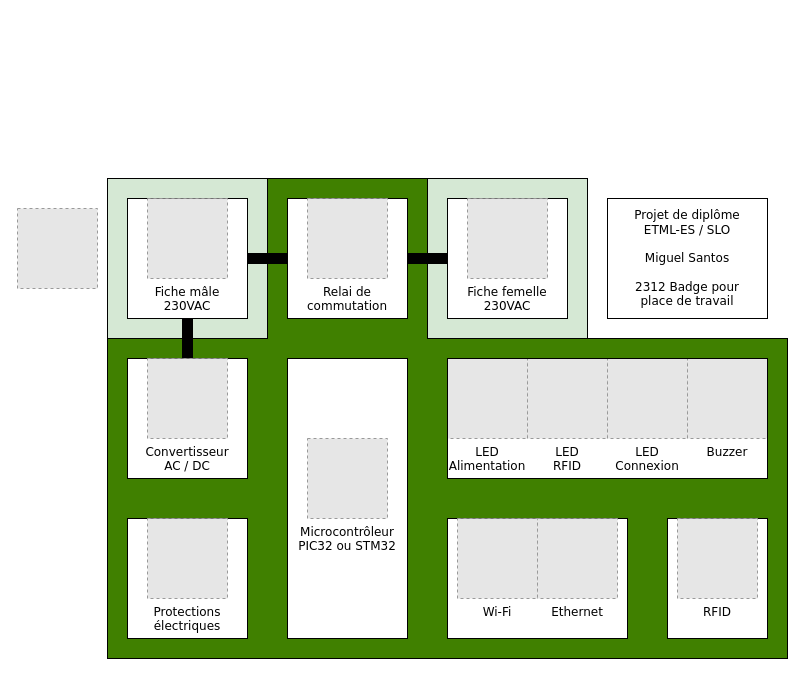
This is doc/schemas-blocs/preetude.drawio from Miguel-SLO/2312_BadgePlace, a draw.io file, before an edit. Source tidied: cells renumbered, new cells numbered last; positions are measured from the earlier drawing's top-left corner, leaving out a move shared by most shapes. Both pictures are drawn from the tidied source at 100%, with x=0, y=0 at pixel (17, 178). Pictures stored in the file or linked from it are replaced by grey dashed boxes.
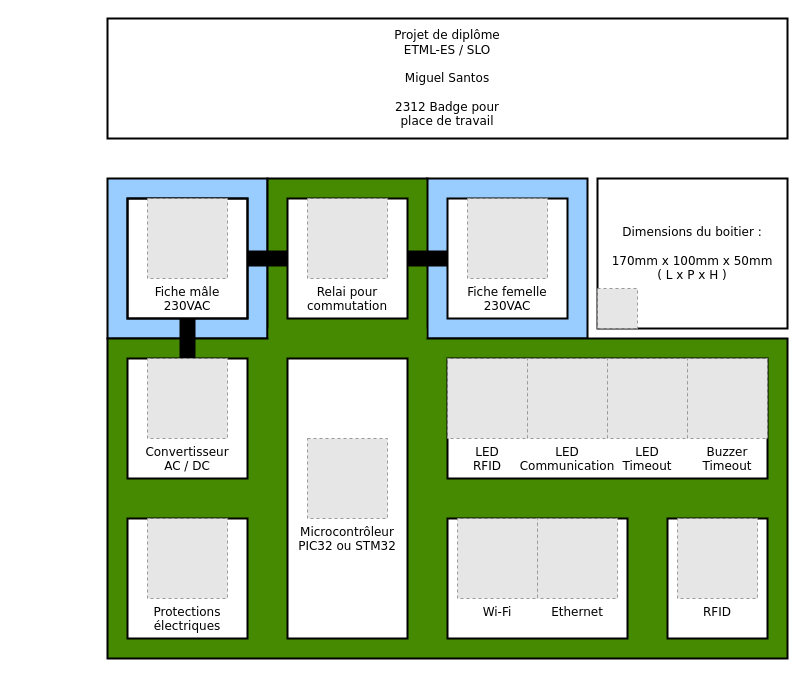
Above is the later version.

The change refers to these unchanged cells:
```xml
<mxCell id="11" value="Convertisseur&#10;AC / DC" style="fillColor=#E6E6E6;strokeColor=#999999;dashed=1;verticalLabelPosition=bottom;labelBackgroundColor=default;verticalAlign=top;fontFamily=Verdana;fontSize=12;" parent="9" vertex="1">
  <mxGeometry x="20" width="80" height="80" as="geometry" />
</mxCell>
```

What changed in the source:
```diff
@@
-    <mxCell id="2" style="rounded=0;whiteSpace=wrap;html=1;fillColor=#d5e8d4;strokeColor=#000000;fontFamily=Verdana;fontSize=12;" parent="1" vertex="1">
+    <mxCell id="2" style="rounded=0;whiteSpace=wrap;html=1;fillColor=#99CCFF;strokeColor=#000000;fontFamily=Verdana;fontSize=12;strokeWidth=2;" parent="1" vertex="1">
       <mxGeometry x="409.5" width="160.5" height="160" as="geometry" />
     </mxCell>
-    <mxCell id="3" style="rounded=0;whiteSpace=wrap;html=1;fillColor=#d5e8d4;strokeColor=#000000;fontFamily=Verdana;fontSize=12;" parent="1" vertex="1">
+    <mxCell id="3" style="rounded=0;whiteSpace=wrap;html=1;fillColor=#99CCFF;strokeColor=#000000;fontFamily=Verdana;fontSize=12;strokeWidth=2;" parent="1" vertex="1">
       <mxGeometry x="90" width="160" height="160" as="geometry" />
     </mxCell>
-    <mxCell id="4" style="rounded=0;whiteSpace=wrap;html=1;fillColor=#408000;strokeColor=default;fontFamily=Verdana;fontSize=12;" parent="1" vertex="1">
+    <mxCell id="4" style="rounded=0;whiteSpace=wrap;html=1;fillColor=#458A00;strokeColor=default;fontFamily=Verdana;fontSize=12;strokeWidth=2;" parent="1" vertex="1">
       <mxGeometry x="250" width="160" height="170" as="geometry" />
     </mxCell>
-    <mxCell id="5" style="rounded=0;whiteSpace=wrap;html=1;fillColor=#408000;strokeColor=default;fontFamily=Verdana;fontSize=12;" parent="1" vertex="1">
+    <mxCell id="5" style="rounded=0;whiteSpace=wrap;html=1;fillColor=#458A00;strokeColor=default;fontFamily=Verdana;fontSize=12;strokeWidth=2;" parent="1" vertex="1">
       <mxGeometry x="90" y="160" width="680" height="320" as="geometry" />
     </mxCell>
-    <mxCell id="6" style="edgeStyle=orthogonalEdgeStyle;rounded=0;jettySize=auto;html=1;strokeWidth=11;endArrow=none;endFill=0;fontFamily=Verdana;fontSize=12;" parent="1" edge="1" source="28" target="24">
+    <mxCell id="6" style="edgeStyle=orthogonalEdgeStyle;rounded=0;jettySize=auto;html=1;strokeWidth=16;endArrow=none;endFill=0;fontFamily=Verdana;fontSize=12;" parent="1" edge="1" source="28" target="24">
       <mxGeometry relative="1" as="geometry" />
     </mxCell>
-    <mxCell id="7" style="edgeStyle=orthogonalEdgeStyle;rounded=0;jettySize=auto;html=1;exitX=1;exitY=0.5;exitDx=0;exitDy=0;entryX=0;entryY=0.5;entryDx=0;entryDy=0;strokeWidth=11;endArrow=none;endFill=0;fontFamily=Verdana;fontSize=12;" parent="1" edge="1" source="24" target="37">
+    <mxCell id="7" style="edgeStyle=orthogonalEdgeStyle;rounded=0;jettySize=auto;html=1;exitX=1;exitY=0.5;exitDx=0;exitDy=0;entryX=0;entryY=0.5;entryDx=0;entryDy=0;strokeWidth=16;endArrow=none;endFill=0;fontFamily=Verdana;fontSize=12;" parent="1" edge="1" source="24" target="37">
       <mxGeometry relative="1" as="geometry" />
     </mxCell>
-    <mxCell id="8" style="edgeStyle=orthogonalEdgeStyle;rounded=0;jettySize=auto;html=1;strokeWidth=11;endArrow=none;endFill=0;exitX=0.5;exitY=1;exitDx=0;exitDy=0;entryX=0.5;entryY=0;entryDx=0;entryDy=0;fontFamily=Verdana;fontSize=12;" parent="1" edge="1" source="28" target="11">
+    <mxCell id="8" style="edgeStyle=orthogonalEdgeStyle;rounded=0;jettySize=auto;html=1;strokeWidth=16;endArrow=none;endFill=0;exitX=0.5;exitY=1;exitDx=0;exitDy=0;entryX=0.5;entryY=0;entryDx=0;entryDy=0;fontFamily=Verdana;fontSize=12;" parent="1" edge="1" source="28" target="11">
       <mxGeometry relative="1" as="geometry">
         <Array as="points">
           <mxPoint x="170" y="140" />
           <mxPoint x="170" y="140" />
         </Array>
       </mxGeometry>
     </mxCell>
-    <mxCell id="9" style="group;fillColor=default;fontFamily=Verdana;fontSize=12;" parent="1" vertex="1">
+    <mxCell id="9" style="group;fillColor=default;fontFamily=Verdana;fontSize=12;strokeWidth=2;" parent="1" vertex="1">
       <mxGeometry x="110" y="180" width="120" height="120" as="geometry" />
     </mxCell>
-    <mxCell id="10" style="rounded=0;whiteSpace=wrap;html=1;fillColor=none;fontFamily=Verdana;fontSize=12;" parent="9" vertex="1">
+    <mxCell id="10" style="rounded=0;whiteSpace=wrap;html=1;fillColor=none;fontFamily=Verdana;fontSize=12;strokeWidth=2;" parent="9" vertex="1">
       <mxGeometry width="120" height="120" as="geometry" />
     </mxCell>
@@
-    <mxCell id="12" style="rounded=0;whiteSpace=wrap;html=1;fillColor=default;fontFamily=Verdana;fontSize=12;" parent="1" vertex="1">
+    <mxCell id="12" style="rounded=0;whiteSpace=wrap;html=1;fillColor=default;fontFamily=Verdana;fontSize=12;strokeWidth=2;" parent="1" vertex="1">
       <mxGeometry x="270" y="180" width="120" height="280" as="geometry" />
     </mxCell>
@@
-    <mxCell id="14" style="group;fillColor=default;fontFamily=Verdana;fontSize=12;" parent="1" vertex="1">
+    <mxCell id="14" style="group;fillColor=default;fontFamily=Verdana;fontSize=12;strokeColor=default;strokeWidth=2;" parent="1" vertex="1">
       <mxGeometry x="430" y="180" width="320" height="120" as="geometry" />
     </mxCell>
-    <mxCell id="15" value="LED&#10;Alimentation" style="fillColor=#E6E6E6;strokeColor=#999999;dashed=1;verticalLabelPosition=bottom;labelBackgroundColor=default;verticalAlign=top;fontFamily=Verdana;fontSize=12;" parent="14" vertex="1">
-      <mxGeometry width="80" height="80" as="geometry" />
-    </mxCell>
-    <mxCell id="16" value="LED&#10;RFID" style="fillColor=#E6E6E6;strokeColor=#999999;dashed=1;verticalLabelPosition=bottom;labelBackgroundColor=default;verticalAlign=top;fontFamily=Verdana;fontSize=12;" parent="14" vertex="1">
-      <mxGeometry x="80" width="80" height="80" as="geometry" />
-    </mxCell>
-    <mxCell id="17" value="LED&#10;Connexion" style="fillColor=#E6E6E6;strokeColor=#999999;dashed=1;verticalLabelPosition=bottom;labelBackgroundColor=default;verticalAlign=top;fontFamily=Verdana;fontSize=12;" parent="14" vertex="1">
-      <mxGeometry x="160" width="80" height="80" as="geometry" />
-    </mxCell>
-    <mxCell id="18" value="Buzzer" style="fillColor=#E6E6E6;strokeColor=#999999;dashed=1;verticalLabelPosition=bottom;labelBackgroundColor=default;verticalAlign=top;fontFamily=Verdana;fontSize=12;" parent="14" vertex="1">
-      <mxGeometry x="240" width="80" height="80" as="geometry" />
-    </mxCell>
-    <mxCell id="19" style="rounded=0;whiteSpace=wrap;html=1;fillColor=none;fontFamily=Verdana;fontSize=12;" parent="14" vertex="1">
-      <mxGeometry width="320" height="120" as="geometry" />
-    </mxCell>
-    <mxCell id="20" style="group;fillColor=default;fontFamily=Verdana;fontSize=12;" parent="1" vertex="1">
+    <mxCell id="20" style="group;fillColor=default;fontFamily=Verdana;fontSize=12;strokeWidth=2;" parent="1" vertex="1">
       <mxGeometry x="110" y="340" width="120" height="120" as="geometry" />
     </mxCell>
-    <mxCell id="21" style="rounded=0;whiteSpace=wrap;html=1;fillColor=none;fontFamily=Verdana;fontSize=12;" parent="20" vertex="1">
+    <mxCell id="21" style="rounded=0;whiteSpace=wrap;html=1;fillColor=none;fontFamily=Verdana;fontSize=12;strokeWidth=2;" parent="20" vertex="1">
       <mxGeometry width="120" height="120" as="geometry" />
     </mxCell>
@@
-    <mxCell id="23" style="group;fillColor=default;fontFamily=Verdana;fontSize=12;" parent="1" vertex="1">
+    <mxCell id="23" style="group;fillColor=default;fontFamily=Verdana;fontSize=12;strokeWidth=2;" parent="1" vertex="1">
       <mxGeometry x="270" y="20" width="120" height="120" as="geometry" />
     </mxCell>
-    <mxCell id="24" style="rounded=0;whiteSpace=wrap;html=1;fillColor=none;fontFamily=Verdana;fontSize=12;" parent="23" vertex="1">
+    <mxCell id="24" style="rounded=0;whiteSpace=wrap;html=1;fillColor=none;fontFamily=Verdana;fontSize=12;strokeWidth=2;" parent="23" vertex="1">
       <mxGeometry width="120" height="120" as="geometry" />
     </mxCell>
-    <mxCell id="25" value="Relai de&#10;commutation" style="fillColor=#E6E6E6;strokeColor=#999999;dashed=1;verticalLabelPosition=bottom;labelBackgroundColor=default;verticalAlign=top;fontFamily=Verdana;fontSize=12;" parent="23" vertex="1">
+    <mxCell id="25" value="Relai pour&#10;commutation" style="fillColor=#E6E6E6;strokeColor=#999999;dashed=1;verticalLabelPosition=bottom;labelBackgroundColor=default;verticalAlign=top;fontFamily=Verdana;fontSize=12;" parent="23" vertex="1">
       <mxGeometry x="20" width="80" height="80" as="geometry" />
     </mxCell>
-    <mxCell id="26" style="rounded=0;whiteSpace=wrap;html=1;fillColor=#408000;strokeColor=none;fontFamily=Verdana;fontSize=12;" parent="1" vertex="1">
-      <mxGeometry x="250.5" y="150" width="159" height="20" as="geometry" />
+    <mxCell id="26" style="rounded=0;whiteSpace=wrap;html=1;fillColor=#458A00;strokeColor=none;fontFamily=Verdana;fontSize=12;strokeWidth=2;" parent="1" vertex="1">
+      <mxGeometry x="251" y="150" width="158" height="20" as="geometry" />
     </mxCell>
-    <mxCell id="27" style="group;fillColor=#FFFFFF;strokeColor=#000000;fontFamily=Verdana;fontSize=12;" parent="1" vertex="1">
+    <mxCell id="27" style="group;fillColor=#FFFFFF;strokeColor=#000000;fontFamily=Verdana;fontSize=12;strokeWidth=2;" parent="1" vertex="1">
       <mxGeometry x="110" y="20" width="120" height="120" as="geometry" />
     </mxCell>
-    <mxCell id="28" style="rounded=0;whiteSpace=wrap;html=1;fillColor=none;fontFamily=Verdana;fontSize=12;" parent="27" vertex="1">
+    <mxCell id="28" style="rounded=0;whiteSpace=wrap;html=1;fillColor=none;fontFamily=Verdana;fontSize=12;strokeWidth=2;" parent="27" vertex="1">
       <mxGeometry width="120" height="120" as="geometry" />
     </mxCell>
@@
-    <mxCell id="30" style="group;fillColor=default;strokeColor=default;fontFamily=Verdana;fontSize=12;" parent="1" vertex="1">
+    <mxCell id="30" style="group;fillColor=default;strokeColor=default;fontFamily=Verdana;fontSize=12;strokeWidth=2;" parent="1" vertex="1">
       <mxGeometry x="650" y="340" width="100" height="120" as="geometry" />
     </mxCell>
-    <mxCell id="31" style="group;fontFamily=Verdana;fontSize=12;" parent="1" vertex="1">
+    <mxCell id="31" style="group;fontFamily=Verdana;fontSize=12;strokeWidth=2;" parent="1" vertex="1">
       <mxGeometry x="430" y="340" width="180" height="120" as="geometry" />
     </mxCell>
-    <mxCell id="32" style="group;fillColor=default;strokeColor=default;fontFamily=Verdana;fontSize=12;" parent="31" vertex="1">
+    <mxCell id="32" style="group;fillColor=default;strokeColor=default;fontFamily=Verdana;fontSize=12;strokeWidth=2;" parent="31" vertex="1">
       <mxGeometry width="180" height="120" as="geometry" />
     </mxCell>
@@
-    <mxCell id="36" style="group;fontFamily=Verdana;fontSize=12;" parent="1" vertex="1">
+    <mxCell id="36" style="group;fontFamily=Verdana;fontSize=12;strokeWidth=2;" parent="1" vertex="1">
       <mxGeometry x="430" y="20" width="120" height="120" as="geometry" />
     </mxCell>
-    <mxCell id="37" style="rounded=0;whiteSpace=wrap;html=1;fontFamily=Verdana;fontSize=12;" parent="36" vertex="1">
+    <mxCell id="37" style="rounded=0;whiteSpace=wrap;html=1;fontFamily=Verdana;fontSize=12;strokeWidth=2;" parent="36" vertex="1">
       <mxGeometry width="120" height="120" as="geometry" />
     </mxCell>
@@
+    <mxCell id="40" value="&lt;div style=&quot;&quot;&gt;&lt;span style=&quot;background-color: initial;&quot;&gt;Projet de diplôme&lt;/span&gt;&lt;br&gt;&lt;/div&gt;&lt;div style=&quot;&quot;&gt;&lt;span style=&quot;background-color: initial;&quot;&gt;ETML-ES / SLO&lt;/span&gt;&lt;/div&gt;&lt;div style=&quot;&quot;&gt;&lt;br&gt;&lt;/div&gt;&lt;div style=&quot;&quot;&gt;Miguel Santos&lt;span style=&quot;background-color: initial;&quot;&gt;&lt;br&gt;&lt;/span&gt;&lt;/div&gt;&lt;div style=&quot;&quot;&gt;&lt;br&gt;&lt;/div&gt;2312 Badge pour&lt;br&gt;place de travail" style="rounded=0;whiteSpace=wrap;html=1;align=center;verticalAlign=middle;spacingTop=0;spacingBottom=0;fontFamily=Verdana;strokeWidth=2;" parent="1" vertex="1">
+      <mxGeometry x="90" y="-160" width="680" height="120" as="geometry" />
+    </mxCell>
+    <mxCell id="15" value="LED&#10;RFID" style="fillColor=#E6E6E6;strokeColor=#999999;dashed=1;verticalLabelPosition=bottom;labelBackgroundColor=default;verticalAlign=top;fontFamily=Verdana;fontSize=12;" parent="1" vertex="1">
+      <mxGeometry x="430" y="180" width="80" height="80" as="geometry" />
+    </mxCell>
+    <mxCell id="16" value="LED&#10;Communication" style="fillColor=#E6E6E6;strokeColor=#999999;dashed=1;verticalLabelPosition=bottom;labelBackgroundColor=default;verticalAlign=top;fontFamily=Verdana;fontSize=12;" parent="1" vertex="1">
+      <mxGeometry x="510" y="180" width="80" height="80" as="geometry" />
+    </mxCell>
+    <mxCell id="17" value="LED&#10;Timeout" style="fillColor=#E6E6E6;strokeColor=#999999;dashed=1;verticalLabelPosition=bottom;labelBackgroundColor=default;verticalAlign=top;fontFamily=Verdana;fontSize=12;" parent="1" vertex="1">
+      <mxGeometry x="590" y="180" width="80" height="80" as="geometry" />
+    </mxCell>
+    <mxCell id="18" value="Buzzer&#10;Timeout" style="fillColor=#E6E6E6;strokeColor=#999999;dashed=1;verticalLabelPosition=bottom;labelBackgroundColor=default;verticalAlign=top;fontFamily=Verdana;fontSize=12;" parent="1" vertex="1">
+      <mxGeometry x="670" y="180" width="80" height="80" as="geometry" />
+    </mxCell>
+    <mxCell id="41" value="Dimensions du boitier :&lt;br&gt;&lt;br&gt;170mm x 100mm x 50mm&lt;br&gt;( L x P x H )" style="rounded=0;whiteSpace=wrap;html=1;strokeWidth=2;fontFamily=Verdana;" parent="1" vertex="1">
+      <mxGeometry x="580" width="190" height="150" as="geometry" />
+    </mxCell>
     <mxCell id="39" style="fillColor=#E6E6E6;strokeColor=#999999;dashed=1;verticalLabelPosition=bottom;labelBackgroundColor=default;verticalAlign=top;fontFamily=Verdana;fontSize=12;" parent="1" vertex="1">
-      <mxGeometry y="30" width="80" height="80" as="geometry" />
+      <mxGeometry x="580" y="110" width="40" height="40" as="geometry" />
     </mxCell>
-    <mxCell id="40" value="&lt;div style=&quot;&quot;&gt;&lt;span style=&quot;background-color: initial;&quot;&gt;Projet de diplôme&lt;/span&gt;&lt;br&gt;&lt;/div&gt;&lt;div style=&quot;&quot;&gt;&lt;span style=&quot;background-color: initial;&quot;&gt;ETML-ES / SLO&lt;/span&gt;&lt;/div&gt;&lt;div style=&quot;&quot;&gt;&lt;br&gt;&lt;/div&gt;&lt;div style=&quot;&quot;&gt;Miguel Santos&lt;span style=&quot;background-color: initial;&quot;&gt;&lt;br&gt;&lt;/span&gt;&lt;/div&gt;&lt;div style=&quot;&quot;&gt;&lt;br&gt;&lt;/div&gt;2312 Badge pour&lt;br&gt;place de travail" style="rounded=0;whiteSpace=wrap;html=1;align=center;verticalAlign=middle;spacingTop=0;spacingBottom=0;fontFamily=Verdana;" parent="1" vertex="1">
-      <mxGeometry x="590" y="20" width="160" height="120" as="geometry" />
-    </mxCell>
```
